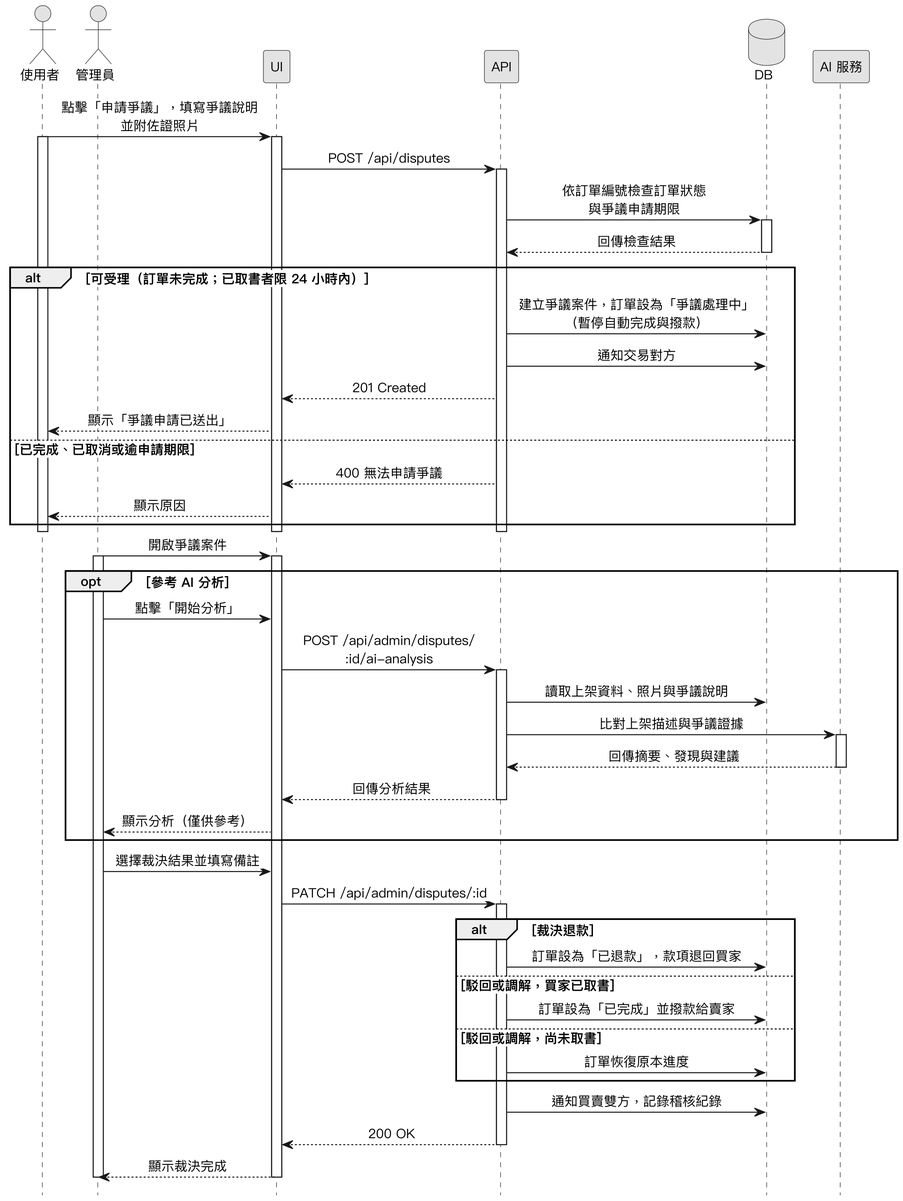
This is Diagrams/Sequence Diagrams/v3/seq_dispute.png from SaveMyBook/SaveMyBook, a PlantUML export, as it was before one commit.
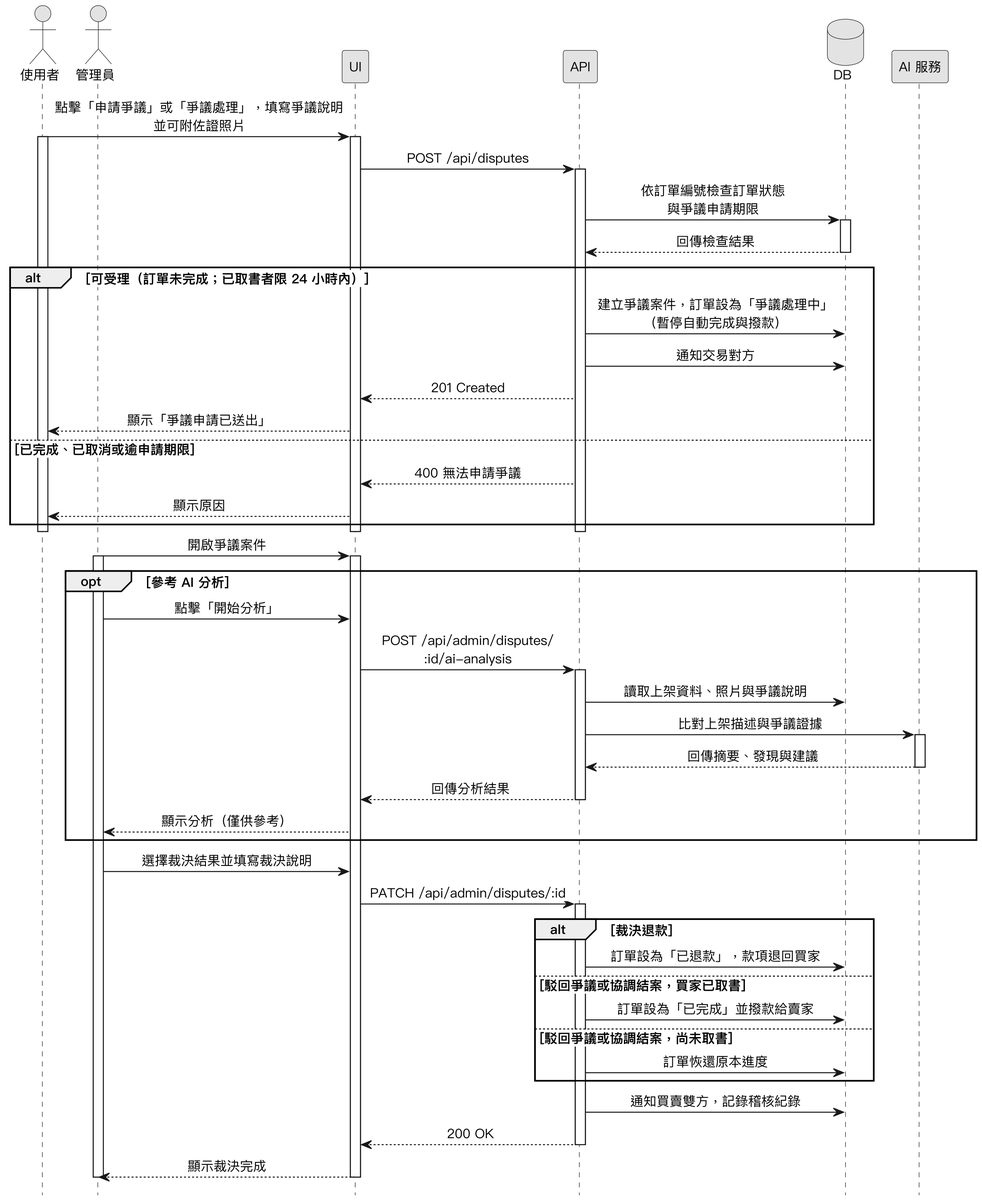
Later version of the same file.

Diff of the diagram source:
```diff
@@ -15,7 +15,7 @@
 database DB
 participant "AI 服務" as AI
 
-使用者 -> UI : 點擊「申請爭議」，填寫爭議說明\n並附佐證照片
+使用者 -> UI : 點擊「申請爭議」或「爭議處理」，填寫爭議說明\n並可附佐證照片
 activate 使用者
 activate UI
 UI -> API : POST /api/disputes
@@ -53,15 +53,15 @@
   deactivate API
   UI --> 管理員 : 顯示分析（僅供參考）
 end
-管理員 -> UI : 選擇裁決結果並填寫備註
+管理員 -> UI : 選擇裁決結果並填寫裁決說明
 UI -> API : PATCH /api/admin/disputes/:id
 activate API
 alt 裁決退款
   API -> DB : 訂單設為「已退款」，款項退回買家
-else 駁回或調解，買家已取書
+else 駁回爭議或協調結案，買家已取書
   API -> DB : 訂單設為「已完成」並撥款給賣家
-else 駁回或調解，尚未取書
-  API -> DB : 訂單恢復原本進度
+else 駁回爭議或協調結案，尚未取書
+  API -> DB : 訂單恢還原本進度
 end
 API -> DB : 通知買賣雙方，記錄稽核紀錄
 API --> UI : 200 OK
```
